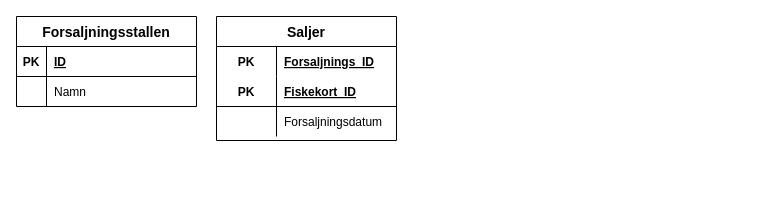
Above: page "Tabellschema" (2 of 2) of Fiskevard.drawio in Ingelisun/ERmodels (draw.io), before the change. Source tidied: cells renumbered, new cells numbered last; positions are measured from the earlier drawing's top-left corner, leaving out a move shared by most shapes. Both pictures are drawn from the tidied source at 100%, with x=0, y=0 at pixel (16, 16).
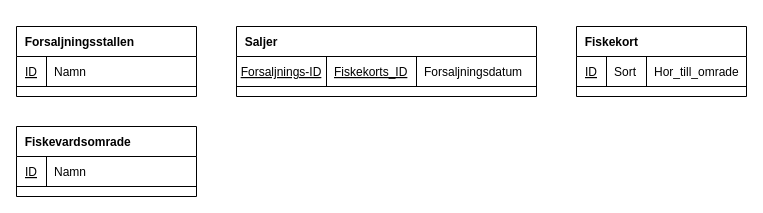
After the change.

The edit, as a diff of the source:
```diff
@@
-    <mxCell id="2" value="Forsaljningsstallen" style="shape=table;startSize=30;childLayout=tableLayout;rowLines=0;fontStyle=1;align=center;fontSize=14;" parent="1" vertex="1">
-      <mxGeometry width="180" height="90" as="geometry" />
+    <mxCell id="2" value="  Forsaljningsstallen" style="shape=table;startSize=30;childLayout=tableLayout;rowLines=0;fontStyle=1;align=left;" parent="1" vertex="1">
+      <mxGeometry y="10" width="180" height="70" as="geometry" />
     </mxCell>
-    <mxCell id="3" style="shape=partialRectangle;fillColor=none;top=0;left=0;bottom=1;right=0;" parent="2" vertex="1">
-      <mxGeometry y="30" width="180" height="30" as="geometry" />
-    </mxCell>
-    <mxCell id="4" value="PK" style="shape=partialRectangle;fillColor=none;top=0;left=0;bottom=0;right=0;fontStyle=1;overflow=hidden;" parent="3" vertex="1">
-      <mxGeometry width="30" height="30" as="geometry" />
-    </mxCell>
-    <mxCell id="5" value="ID" style="shape=partialRectangle;fillColor=none;top=0;left=0;bottom=0;right=0;align=left;spacingLeft=6;fontStyle=5;overflow=hidden;" parent="3" vertex="1">
-      <mxGeometry x="30" width="150" height="30" as="geometry" />
-    </mxCell>
-    <mxCell id="6" style="shape=partialRectangle;fillColor=none;top=0;left=0;bottom=0;right=0;" parent="2" vertex="1">
-      <mxGeometry y="60" width="180" height="30" as="geometry" />
-    </mxCell>
-    <mxCell id="7" style="shape=partialRectangle;fillColor=none;top=0;left=0;bottom=0;right=0;overflow=hidden;" parent="6" vertex="1">
-      <mxGeometry width="30" height="30" as="geometry" />
-    </mxCell>
-    <mxCell id="8" value="Namn" style="shape=partialRectangle;fillColor=none;top=0;left=0;bottom=0;right=0;align=left;spacingLeft=6;overflow=hidden;" parent="6" vertex="1">
-      <mxGeometry x="30" width="150" height="30" as="geometry" />
-    </mxCell>
-    <mxCell id="9" style="shape=partialRectangle;fillColor=none;top=0;left=0;bottom=0;right=0;" parent="2" vertex="1">
-      <mxGeometry y="90" width="180" as="geometry" />
-    </mxCell>
-    <mxCell id="10" style="shape=partialRectangle;fillColor=none;top=0;left=0;bottom=0;right=0;overflow=hidden;fontSize=18;" parent="9" vertex="1">
-      <mxGeometry width="30" as="geometry" />
-    </mxCell>
-    <mxCell id="11" style="shape=partialRectangle;fillColor=none;top=0;left=0;bottom=0;right=0;align=left;spacingLeft=6;overflow=hidden;" parent="9" vertex="1">
-      <mxGeometry x="30" width="150" as="geometry" />
-    </mxCell>
-    <mxCell id="12" style="shape=partialRectangle;fillColor=none;top=0;left=0;bottom=0;right=0;" parent="2" vertex="1">
-      <mxGeometry y="90" width="180" as="geometry" />
-    </mxCell>
-    <mxCell id="13" style="shape=partialRectangle;fillColor=none;top=0;left=0;bottom=0;right=0;overflow=hidden;" parent="12" vertex="1">
-      <mxGeometry width="30" as="geometry" />
-    </mxCell>
-    <mxCell id="14" style="shape=partialRectangle;fillColor=none;top=0;left=0;bottom=0;right=0;align=left;spacingLeft=6;overflow=hidden;" parent="12" vertex="1">
-      <mxGeometry x="30" width="150" as="geometry" />
-    </mxCell>
+    <mxCell id="28" style="shape=partialRectangle;fillColor=none;top=0;left=0;bottom=1;right=0;" parent="2" vertex="1">
+      <mxGeometry y="30" width="180" height="30" as="geometry" />
+    </mxCell>
+    <mxCell id="29" value="ID" style="shape=partialRectangle;fillColor=none;top=0;left=0;bottom=0;right=0;fontStyle=4;overflow=hidden;" parent="28" vertex="1">
+      <mxGeometry width="30" height="30" as="geometry" />
+    </mxCell>
+    <mxCell id="30" value="Namn" style="shape=partialRectangle;fillColor=none;top=0;left=0;bottom=0;right=0;align=left;spacingLeft=6;fontStyle=0;overflow=hidden;" parent="28" vertex="1">
+      <mxGeometry x="30" width="150" height="30" as="geometry" />
+    </mxCell>
-    <mxCell id="15" value="Saljer" style="shape=table;startSize=30;childLayout=tableLayout;rowLines=0;fontStyle=1;align=center;fontSize=14;" parent="1" vertex="1">
-      <mxGeometry x="200" width="180" height="124" as="geometry" />
+    <mxCell id="15" value="  Saljer" style="shape=table;startSize=30;childLayout=tableLayout;rowLines=0;fontStyle=1;align=left;" parent="1" vertex="1">
+      <mxGeometry x="220" y="10" width="300" height="70" as="geometry" />
     </mxCell>
-    <mxCell id="16" style="shape=partialRectangle;fillColor=none;top=0;left=0;bottom=0;right=0;" parent="15" vertex="1">
-      <mxGeometry y="30" width="180" height="30" as="geometry" />
-    </mxCell>
-    <mxCell id="17" value="PK" style="shape=partialRectangle;fillColor=none;top=0;left=0;bottom=0;right=0;fontStyle=1;overflow=hidden;" parent="16" vertex="1">
-      <mxGeometry width="60" height="30" as="geometry" />
-    </mxCell>
-    <mxCell id="18" value="Forsaljnings_ID" style="shape=partialRectangle;fillColor=none;top=0;left=0;bottom=0;right=0;align=left;spacingLeft=6;fontStyle=5;overflow=hidden;" parent="16" vertex="1">
-      <mxGeometry x="60" width="120" height="30" as="geometry" />
-    </mxCell>
-    <mxCell id="19" style="shape=partialRectangle;fillColor=none;top=0;left=0;bottom=1;right=0;" parent="15" vertex="1">
-      <mxGeometry y="60" width="180" height="30" as="geometry" />
-    </mxCell>
-    <mxCell id="20" value="PK" style="shape=partialRectangle;fillColor=none;top=0;left=0;bottom=0;right=0;fontStyle=1;overflow=hidden;" parent="19" vertex="1">
-      <mxGeometry width="60" height="30" as="geometry" />
-    </mxCell>
-    <mxCell id="21" value="Fiskekort_ID" style="shape=partialRectangle;fillColor=none;top=0;left=0;bottom=0;right=0;align=left;spacingLeft=6;fontStyle=5;overflow=hidden;" parent="19" vertex="1">
-      <mxGeometry x="60" width="120" height="30" as="geometry" />
-    </mxCell>
-    <mxCell id="22" style="shape=partialRectangle;fillColor=none;top=0;left=0;bottom=0;right=0;" parent="15" vertex="1">
-      <mxGeometry y="90" width="180" height="30" as="geometry" />
-    </mxCell>
-    <mxCell id="23" style="shape=partialRectangle;fillColor=none;top=0;left=0;bottom=0;right=0;overflow=hidden;" parent="22" vertex="1">
-      <mxGeometry width="60" height="30" as="geometry" />
-    </mxCell>
+    <mxCell id="31" style="shape=partialRectangle;fillColor=none;top=0;left=0;bottom=1;right=0;" parent="15" vertex="1">
+      <mxGeometry y="30" width="300" height="30" as="geometry" />
+    </mxCell>
+    <mxCell id="32" value="Forsaljnings-ID" style="shape=partialRectangle;fillColor=none;top=0;left=0;bottom=0;right=0;fontStyle=4;overflow=hidden;" parent="31" vertex="1">
+      <mxGeometry width="90" height="30" as="geometry" />
+    </mxCell>
+    <mxCell id="33" value="Fiskekorts_ID" style="shape=partialRectangle;fillColor=none;top=0;left=0;bottom=0;right=0;align=left;spacingLeft=6;fontStyle=4;overflow=hidden;" parent="31" vertex="1">
+      <mxGeometry x="90" width="90" height="30" as="geometry" />
+    </mxCell>
-    <mxCell id="24" value="Forsaljningsdatum" style="shape=partialRectangle;fillColor=none;top=0;left=0;bottom=0;right=0;align=left;spacingLeft=6;overflow=hidden;" parent="22" vertex="1">
-      <mxGeometry x="60" width="120" height="30" as="geometry" />
+    <mxCell id="24" value="Forsaljningsdatum" style="shape=partialRectangle;fillColor=none;top=0;left=0;bottom=0;right=0;align=left;spacingLeft=6;fontStyle=0;overflow=hidden;" parent="31" vertex="1">
+      <mxGeometry x="180" width="120" height="30" as="geometry" />
     </mxCell>
-    <mxCell id="25" style="shape=partialRectangle;fillColor=none;top=0;left=0;bottom=0;right=0;" parent="15" vertex="1">
-      <mxGeometry y="120" width="180" as="geometry" />
-    </mxCell>
-    <mxCell id="26" style="shape=partialRectangle;fillColor=none;top=0;left=0;bottom=0;right=0;overflow=hidden;" parent="25" vertex="1">
-      <mxGeometry width="60" as="geometry" />
-    </mxCell>
-    <mxCell id="27" style="shape=partialRectangle;fillColor=none;top=0;left=0;bottom=0;right=0;align=left;spacingLeft=6;overflow=hidden;" parent="25" vertex="1">
-      <mxGeometry x="60" width="120" as="geometry" />
-    </mxCell>
+    <mxCell id="34" value="  Fiskekort" style="shape=table;startSize=30;childLayout=tableLayout;rowLines=0;fontStyle=1;align=left;" parent="1" vertex="1">
+      <mxGeometry x="560" y="10" width="170" height="70" as="geometry" />
+    </mxCell>
+    <mxCell id="35" style="shape=partialRectangle;fillColor=none;top=0;left=0;bottom=1;right=0;" parent="34" vertex="1">
+      <mxGeometry y="30" width="170" height="30" as="geometry" />
+    </mxCell>
+    <mxCell id="36" value="ID" style="shape=partialRectangle;fillColor=none;top=0;left=0;bottom=0;right=0;fontStyle=4;overflow=hidden;" parent="35" vertex="1">
+      <mxGeometry width="30" height="30" as="geometry" />
+    </mxCell>
+    <mxCell id="37" value="Sort" style="shape=partialRectangle;fillColor=none;top=0;left=0;bottom=0;right=0;align=left;spacingLeft=6;fontStyle=0;overflow=hidden;" parent="35" vertex="1">
+      <mxGeometry x="30" width="40" height="30" as="geometry" />
+    </mxCell>
+    <mxCell id="38" value="Hor_till_omrade" style="shape=partialRectangle;fillColor=none;top=0;left=0;bottom=0;right=0;align=left;spacingLeft=6;fontStyle=0;overflow=hidden;" parent="35" vertex="1">
+      <mxGeometry x="70" width="100" height="30" as="geometry" />
+    </mxCell>
+    <mxCell id="39" value="  Fiskevardsomrade" style="shape=table;startSize=30;childLayout=tableLayout;rowLines=0;fontStyle=1;align=left;" parent="1" vertex="1">
+      <mxGeometry y="110" width="180" height="70" as="geometry" />
+    </mxCell>
+    <mxCell id="40" style="shape=partialRectangle;fillColor=none;top=0;left=0;bottom=1;right=0;" parent="39" vertex="1">
+      <mxGeometry y="30" width="180" height="30" as="geometry" />
+    </mxCell>
+    <mxCell id="41" value="ID" style="shape=partialRectangle;fillColor=none;top=0;left=0;bottom=0;right=0;fontStyle=4;overflow=hidden;" parent="40" vertex="1">
+      <mxGeometry width="30" height="30" as="geometry" />
+    </mxCell>
+    <mxCell id="42" value="Namn" style="shape=partialRectangle;fillColor=none;top=0;left=0;bottom=0;right=0;align=left;spacingLeft=6;fontStyle=0;overflow=hidden;" parent="40" vertex="1">
+      <mxGeometry x="30" width="150" height="30" as="geometry" />
+    </mxCell>
```
